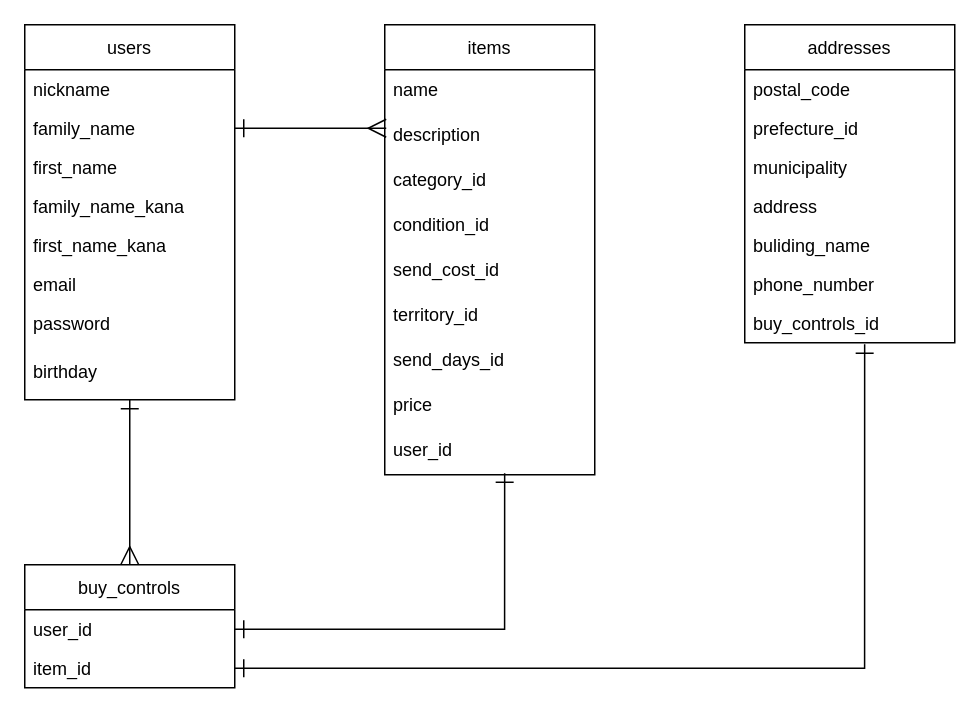
Above: furima.dio in TaijiHiraoka/furima-28641 (draw.io), before the change. Source tidied: cells renumbered, new cells numbered last; positions are measured from the earlier drawing's top-left corner, leaving out a move shared by most shapes. Both pictures are drawn from the tidied source at 150%, with x=0, y=0 at pixel (24, 24).
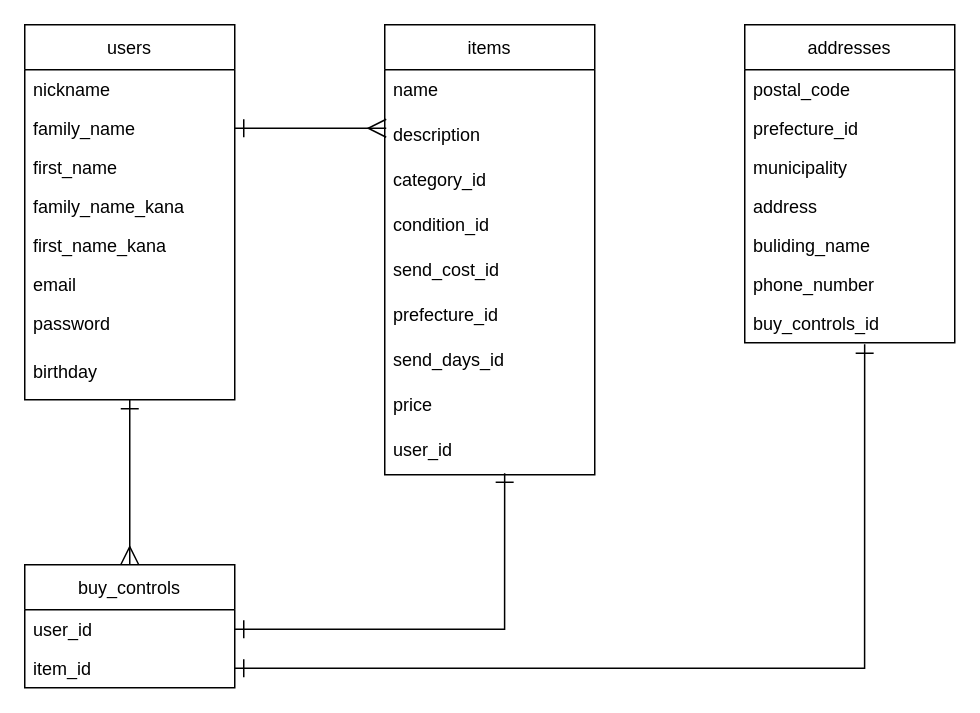
The same diagram, later.

Commit message (it also covers changes not shown here):
データベース修正4

Unchanged cells that the change refers to:
```xml
<mxCell id="11" value="items" style="swimlane;fontStyle=0;horizontal=1;startSize=30;fillColor=none;" parent="1" vertex="1">
  <mxGeometry x="240" width="140" height="300" as="geometry" />
</mxCell>
```

The edit, as a diff of the source:
```diff
@@
-    <mxCell id="17" value="territory_id" style="text;strokeColor=none;fillColor=none;align=left;verticalAlign=top;spacingLeft=4;spacingRight=4;overflow=hidden;" parent="11" vertex="1">
+    <mxCell id="17" value="prefecture_id" style="text;strokeColor=none;fillColor=none;align=left;verticalAlign=top;spacingLeft=4;spacingRight=4;overflow=hidden;" parent="11" vertex="1">
       <mxGeometry y="180" width="140" height="30" as="geometry" />
     </mxCell>
```
